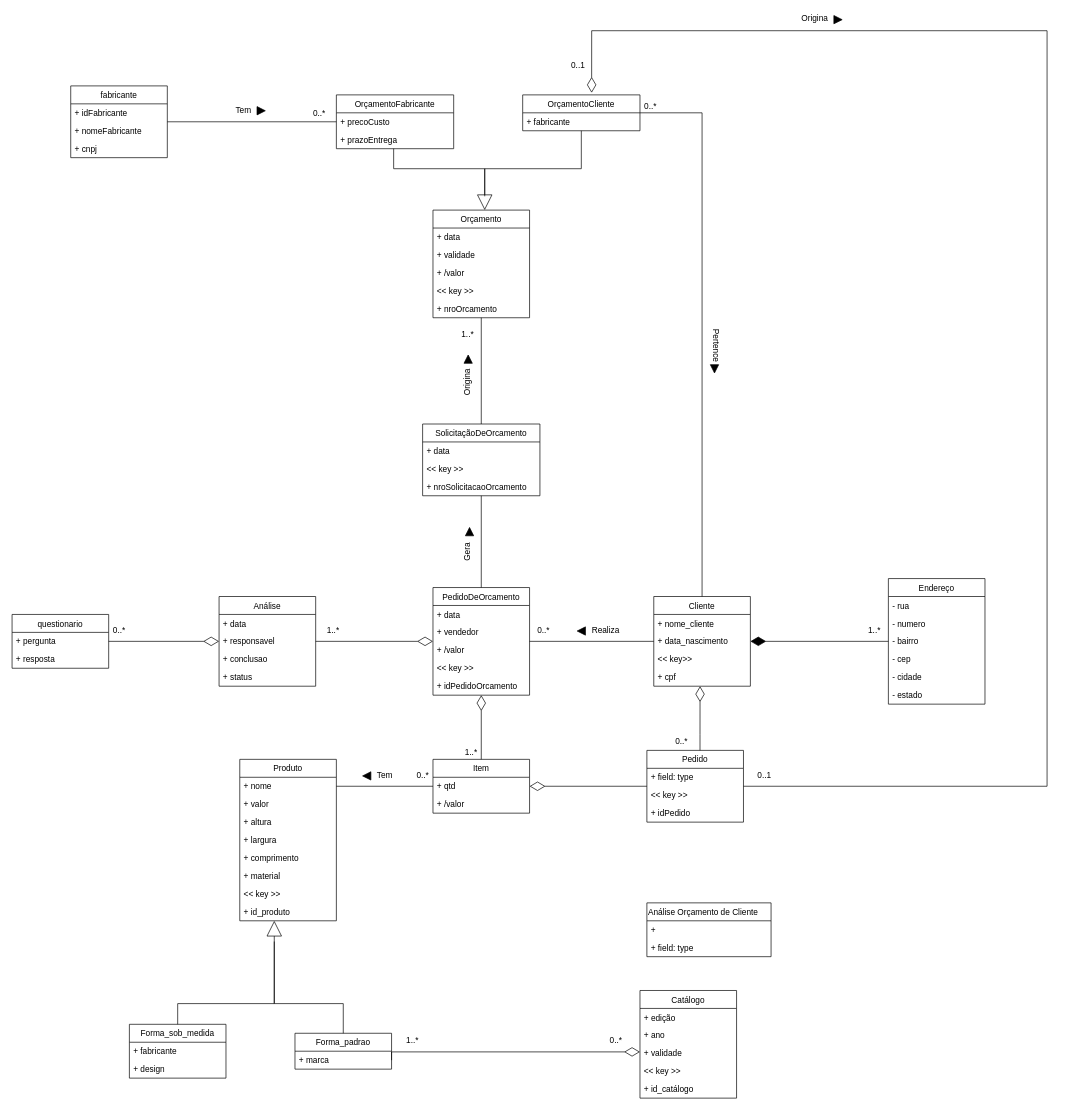
Earlier version of the draw.io diagram Documentation/20 - Modelo Conceitual de Negócio (Um para cada Nó Operacional).drawio (Systematicos/FindingApp). Source tidied: cells renumbered, new cells numbered last; positions are measured from the earlier drawing's top-left corner, leaving out a move shared by most shapes. Both pictures are drawn from the tidied source at 69%, with x=0, y=0 at pixel (12, -4).
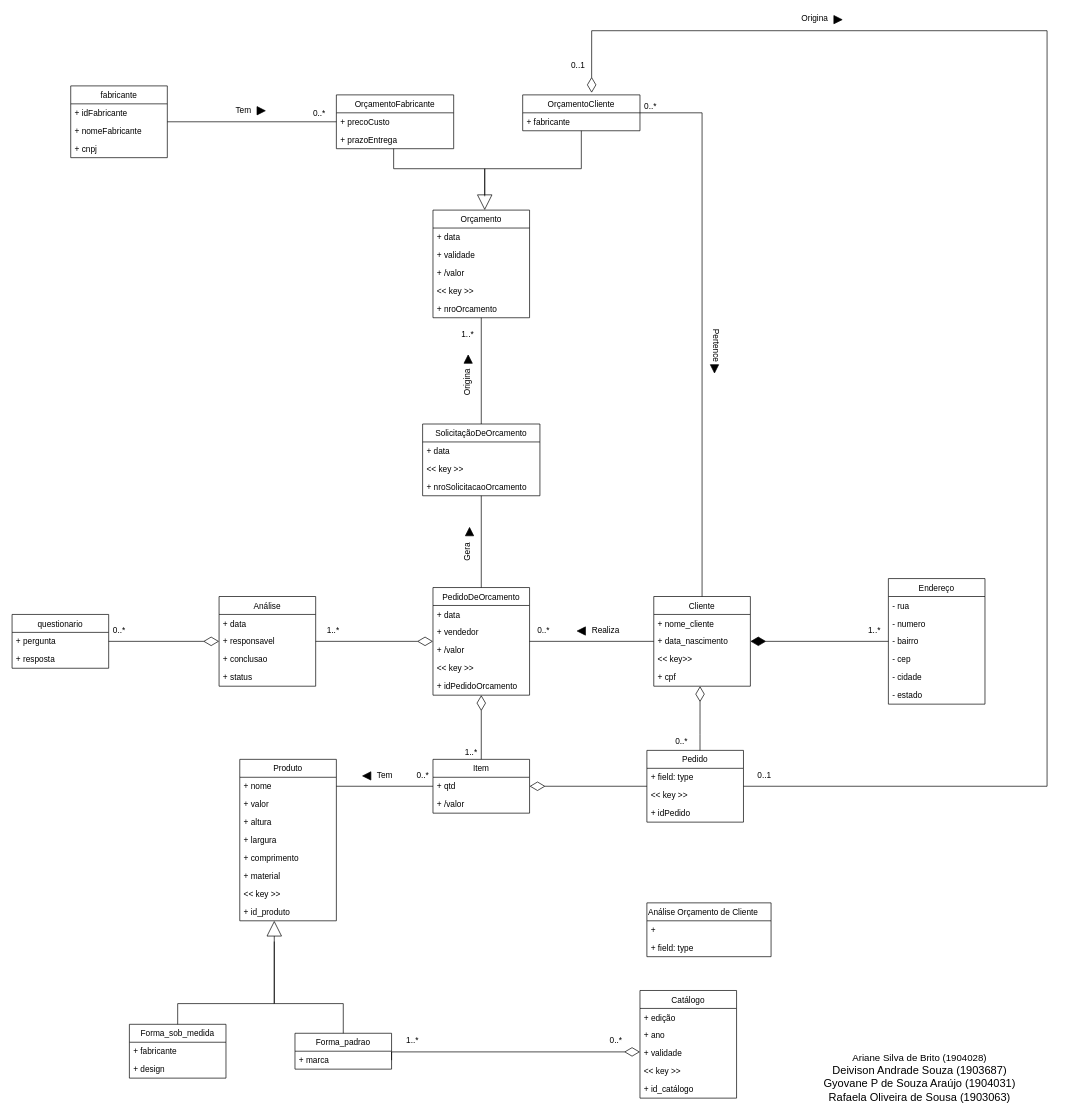
The same diagram, later.

Commit message (it also covers changes not shown here):
Atualização dos DFDs, Analise dos Eventos, Arquitetura de Negócio. Start Regras de Negócio

The edit, as a diff of the source:
```diff
@@
+    <mxCell id="130" value="&lt;div&gt;&lt;font style=&quot;font-size: 14px&quot;&gt;Ariane Silva de Brito (1904028)&lt;/font&gt;&lt;/div&gt;&lt;div&gt;&lt;font size=&quot;3&quot;&gt;Deivison Andrade Souza (1903687)&lt;/font&gt;&lt;/div&gt;&lt;div&gt;&lt;font size=&quot;3&quot;&gt;Gyovane P de Souza Araújo (1904031)&lt;/font&gt;&lt;/div&gt;&lt;div&gt;&lt;font size=&quot;3&quot;&gt;Rafaela Oliveira de Sousa (1903063)&lt;/font&gt;&lt;/div&gt;" style="text;html=1;align=center;verticalAlign=middle;" parent="1" vertex="1">
+      <mxGeometry x="1170" y="1537" width="290" height="60" as="geometry" />
+    </mxCell>
```
